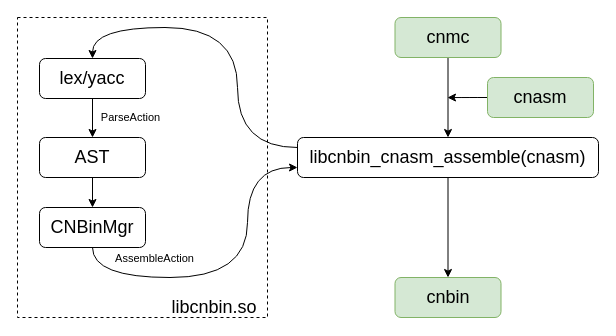
This is cnasm总体设计.drawio from liyp1120/draw.io, a draw.io file, before an edit. Source tidied: cells renumbered, new cells numbered last; positions are measured from the earlier drawing's top-left corner, leaving out a move shared by most shapes. Both pictures are drawn from the tidied source at 100%, with x=0, y=0 at pixel (17, 17).
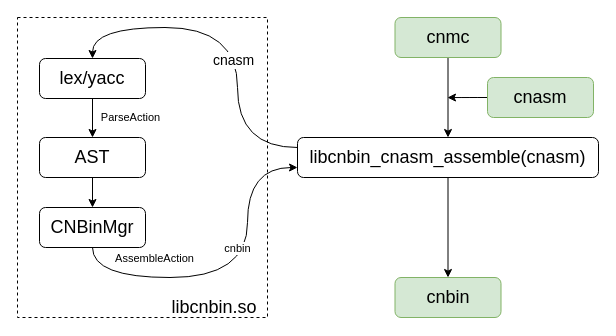
Above is the later version.

Commit message (it also covers changes not shown here):
更新cnasm总体设计.drawio

The change refers to these unchanged cells:
```xml
<mxCell id="12" style="edgeStyle=orthogonalEdgeStyle;curved=1;rounded=0;jettySize=auto;html=1;exitX=0.5;exitY=1;exitDx=0;exitDy=0;entryX=0;entryY=0.75;entryDx=0;entryDy=0;" parent="1" edge="1" source="14" target="18">
  <mxGeometry relative="1" as="geometry">
    <Array as="points">
      <mxPoint x="75" y="260" />
      <mxPoint x="230" y="260" />
      <mxPoint x="230" y="150" />
    </Array>
  </mxGeometry>
</mxCell>
<mxCell id="17" style="edgeStyle=orthogonalEdgeStyle;rounded=0;jettySize=auto;html=1;exitX=0;exitY=0.25;exitDx=0;exitDy=0;curved=1;entryX=0.5;entryY=0;entryDx=0;entryDy=0;" parent="1" edge="1" source="18" target="8">
  <mxGeometry relative="1" as="geometry">
    <Array as="points">
      <mxPoint x="220" y="130" />
      <mxPoint x="220" y="10" />
      <mxPoint x="75" y="10" />
    </Array>
  </mxGeometry>
</mxCell>
```

Change to the diagram source:
```diff
@@
+    <mxCell id="20" value="cnbin" style="edgeLabel;html=1;align=center;verticalAlign=middle;" parent="12" vertex="1">
+      <mxGeometry x="-0.13" y="6" relative="1" as="geometry">
+        <mxPoint x="24" y="-24" as="offset" />
+      </mxGeometry>
+    </mxCell>
@@
+    <mxCell id="21" value="&lt;font style=&quot;font-size: 14px;&quot;&gt;cnasm&lt;/font&gt;" style="edgeLabel;html=1;align=center;verticalAlign=middle;" parent="17" vertex="1">
+      <mxGeometry x="-0.17" y="5" relative="1" as="geometry" />
+    </mxCell>
```
